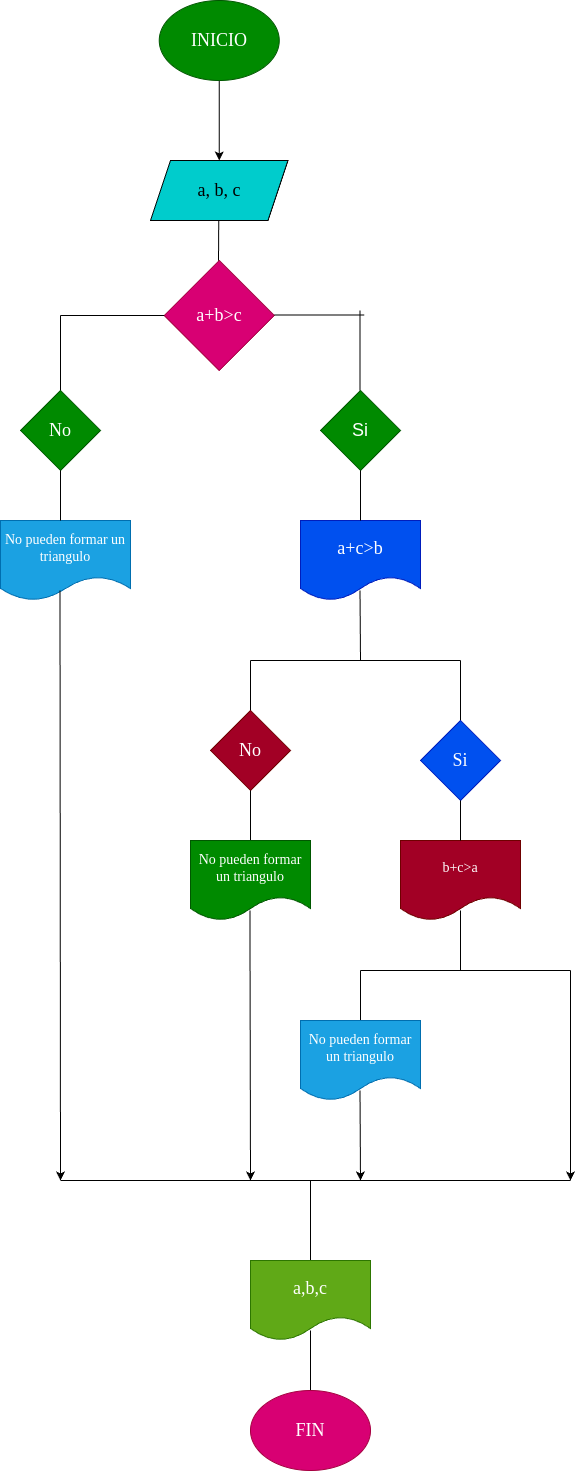
Before: Diagrama.png, a diagram exported from draw.io (SamyrArchila/Quiz_Condicionales). Source tidied: cells renumbered, new cells last; positions are measured from the earlier drawing's top-left corner, leaving out a move shared by most shapes.
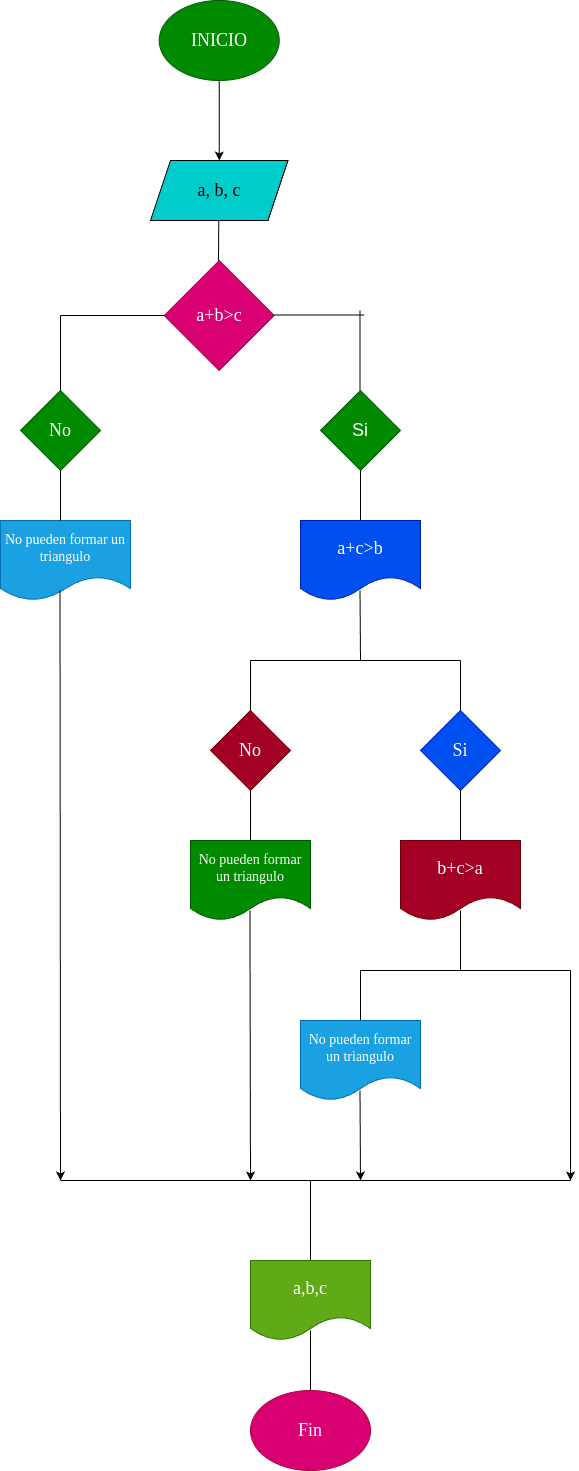
Above is the later version.

What changed in the source:
```diff
@@ -108,15 +108,13 @@
       </mxGeometry>
     </mxCell>
     <mxCell id="24" value="&lt;font face=&quot;Georgia&quot; style=&quot;font-size: 18px;&quot;&gt;Si&lt;/font&gt;" style="rhombus;whiteSpace=wrap;html=1;fillColor=#0050ef;fontColor=#ffffff;strokeColor=#001DBC;" parent="1" vertex="1">
-      <mxGeometry x="420" y="720" width="80" height="80" as="geometry" />
+      <mxGeometry x="420" y="710" width="80" height="80" as="geometry" />
     </mxCell>
-    <mxCell id="25" value="&lt;font face=&quot;Georgia&quot; style=&quot;font-size: 14px;&quot;&gt;b+c&amp;gt;a&lt;/font&gt;" style="shape=document;whiteSpace=wrap;html=1;boundedLbl=1;fillColor=#a20025;fontColor=#ffffff;strokeColor=#6F0000;" parent="1" vertex="1">
+    <mxCell id="25" value="&lt;font face=&quot;Georgia&quot; style=&quot;font-size: 18px;&quot;&gt;b+c&amp;gt;a&lt;/font&gt;" style="shape=document;whiteSpace=wrap;html=1;boundedLbl=1;fillColor=#a20025;fontColor=#ffffff;strokeColor=#6F0000;" parent="1" vertex="1">
       <mxGeometry x="400" y="840" width="120" height="80" as="geometry" />
     </mxCell>
-    <mxCell id="26" style="endArrow=none;html=1;exitX=0.5;exitY=0;exitDx=0;exitDy=0;" parent="1" edge="1" source="25">
-      <mxGeometry relative="1" as="geometry">
-        <mxPoint x="460" y="800" as="targetPoint" />
-      </mxGeometry>
+    <mxCell id="26" style="endArrow=none;html=1;exitX=0.5;exitY=0;exitDx=0;exitDy=0;entryX=0.5;entryY=1;entryDx=0;entryDy=0;" parent="1" edge="1" source="25" target="24">
+      <mxGeometry relative="1" as="geometry" />
     </mxCell>
     <mxCell id="27" style="endArrow=none;html=1;" parent="1" edge="1">
       <mxGeometry relative="1" as="geometry">
@@ -205,7 +203,7 @@
         <mxPoint x="310" y="1330" as="targetPoint" />
       </mxGeometry>
     </mxCell>
-    <mxCell id="42" value="&lt;font face=&quot;Georgia&quot;&gt;FIN&lt;/font&gt;" style="ellipse;whiteSpace=wrap;html=1;fontSize=18;fillColor=#d80073;fontColor=#ffffff;strokeColor=#A50040;" parent="1" vertex="1">
+    <mxCell id="42" value="&lt;font face=&quot;Georgia&quot;&gt;Fin&lt;/font&gt;" style="ellipse;whiteSpace=wrap;html=1;fontSize=18;fillColor=#d80073;fontColor=#ffffff;strokeColor=#A50040;" parent="1" vertex="1">
       <mxGeometry x="250" y="1390" width="120" height="80" as="geometry" />
     </mxCell>
     <mxCell id="43" value="&lt;font face=&quot;Georgia&quot; style=&quot;font-size: 18px;&quot;&gt;INICIO&lt;/font&gt;" style="ellipse;whiteSpace=wrap;html=1;fillColor=#008a00;fontColor=#ffffff;strokeColor=#005700;" parent="1" vertex="1">
```
